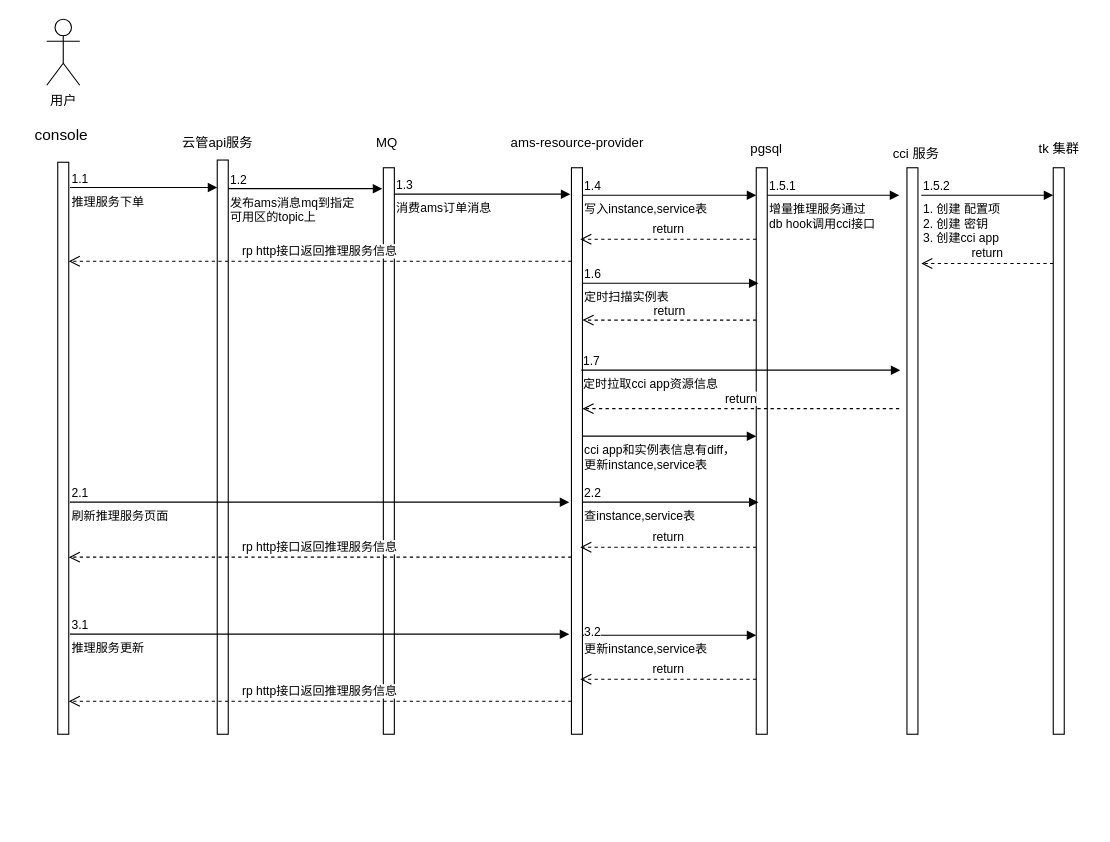
Above: 未命名绘图.drawio in wangshujuan/PostImage (draw.io), before the change. Source tidied: cells renumbered, new cells numbered last; positions are measured from the earlier drawing's top-left corner, leaving out a move shared by most shapes. Both pictures are drawn from the tidied source at 110%, with x=0, y=0 at pixel (19, 19).
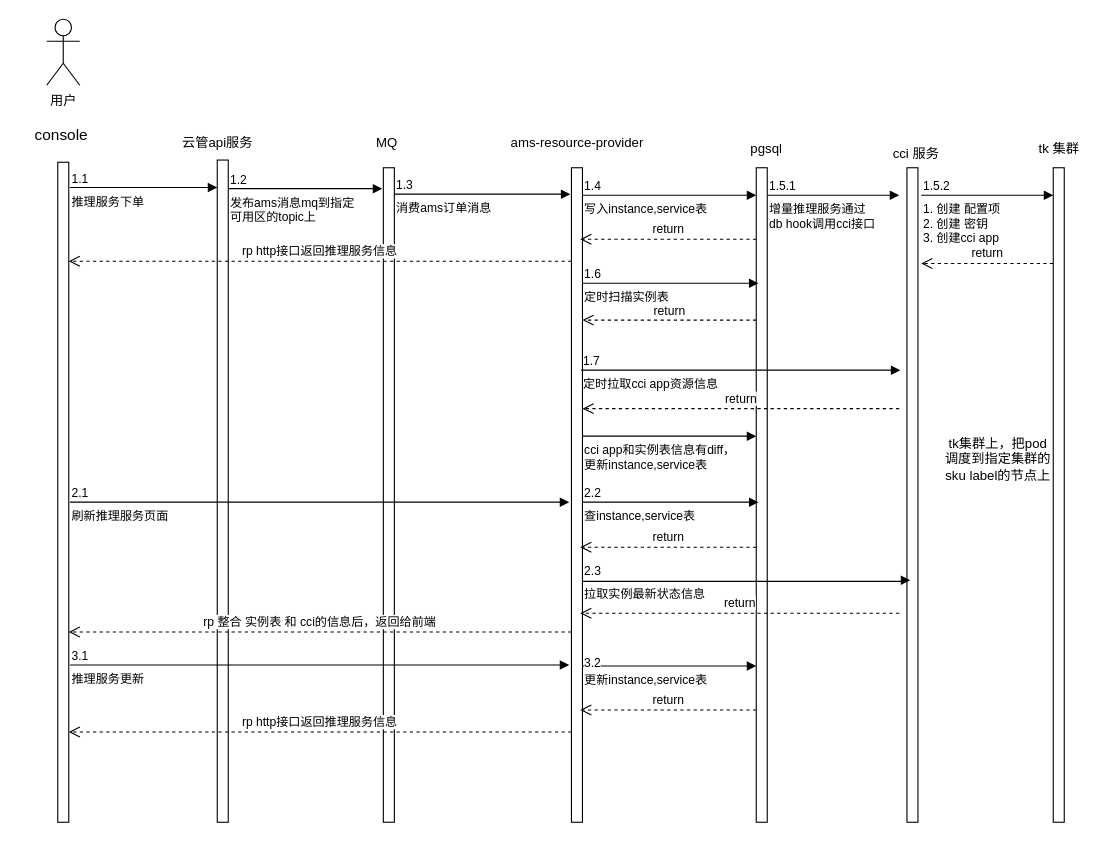
The same page after the edit.

Change to the diagram source:
```diff
@@
     <mxCell id="3" style="html=1;perimeter=orthogonalPerimeter;targetShapes=umlLifeline;newEdgeStyle={&quot;curved&quot;:0,&quot;rounded&quot;:0};" parent="1" vertex="1">
-      <mxGeometry x="35" y="130" width="10" height="520" as="geometry" />
+      <mxGeometry x="35" y="130" width="10" height="600" as="geometry" />
     </mxCell>
@@
     <mxCell id="5" style="html=1;perimeter=orthogonalPerimeter;targetShapes=umlLifeline;newEdgeStyle={&quot;curved&quot;:0,&quot;rounded&quot;:0};" parent="1" vertex="1">
-      <mxGeometry x="331" y="135" width="10" height="515" as="geometry" />
+      <mxGeometry x="331" y="135" width="10" height="595" as="geometry" />
     </mxCell>
@@
     <mxCell id="9" style="html=1;perimeter=orthogonalPerimeter;targetShapes=umlLifeline;newEdgeStyle={&quot;curved&quot;:0,&quot;rounded&quot;:0};" parent="1" vertex="1">
-      <mxGeometry x="502" y="135" width="10" height="515" as="geometry" />
+      <mxGeometry x="502" y="135" width="10" height="595" as="geometry" />
     </mxCell>
@@
     <mxCell id="13" style="html=1;points=[[0,0,0,0,5],[0,1,0,0,-5],[1,0,0,0,5],[1,1,0,0,-5]];perimeter=orthogonalPerimeter;outlineConnect=0;targetShapes=umlLifeline;portConstraint=eastwest;newEdgeStyle={&quot;curved&quot;:0,&quot;rounded&quot;:0};" parent="1" vertex="1">
-      <mxGeometry x="670" y="135" width="10" height="515" as="geometry" />
+      <mxGeometry x="670" y="135" width="10" height="595" as="geometry" />
     </mxCell>
@@
     <mxCell id="17" style="html=1;perimeter=orthogonalPerimeter;targetShapes=umlLifeline;newEdgeStyle={&quot;curved&quot;:0,&quot;rounded&quot;:0};" parent="1" vertex="1">
-      <mxGeometry x="180" y="128" width="10" height="522" as="geometry" />
+      <mxGeometry x="180" y="128" width="10" height="602" as="geometry" />
     </mxCell>
@@
     <mxCell id="22" style="html=1;perimeter=orthogonalPerimeter;targetShapes=umlLifeline;newEdgeStyle={&quot;curved&quot;:0,&quot;rounded&quot;:0};" parent="1" vertex="1">
-      <mxGeometry x="807" y="135" width="10" height="515" as="geometry" />
+      <mxGeometry x="807" y="135" width="10" height="595" as="geometry" />
     </mxCell>
@@
     <mxCell id="26" style="html=1;perimeter=orthogonalPerimeter;targetShapes=umlLifeline;newEdgeStyle={&quot;curved&quot;:0,&quot;rounded&quot;:0};" parent="1" vertex="1">
-      <mxGeometry x="940" y="135" width="10" height="515" as="geometry" />
+      <mxGeometry x="940" y="135" width="10" height="595" as="geometry" />
     </mxCell>
@@
-    <mxCell id="37" value="rp http接口返回推理服务信息" style="html=1;verticalAlign=bottom;endArrow=open;dashed=1;endSize=8;curved=0;rounded=0;" parent="1" edge="1">
+    <mxCell id="37" value="rp 整合 实例表 和 cci的信息后，返回给前端" style="html=1;verticalAlign=bottom;endArrow=open;dashed=1;endSize=8;curved=0;rounded=0;" parent="1" edge="1">
       <mxGeometry relative="1" as="geometry">
-        <mxPoint x="502" y="489" as="sourcePoint" />
-        <mxPoint x="45" y="489" as="targetPoint" />
+        <mxPoint x="502" y="557" as="sourcePoint" />
+        <mxPoint x="45" y="557" as="targetPoint" />
       </mxGeometry>
     </mxCell>
@@
     <mxCell id="40" value="推理服务更新" style="endArrow=block;endFill=1;html=1;edgeStyle=orthogonalEdgeStyle;align=left;verticalAlign=top;rounded=0;" parent="1" edge="1">
       <mxGeometry x="-1" relative="1" as="geometry">
-        <mxPoint x="46" y="559" as="sourcePoint" />
-        <mxPoint x="500" y="559" as="targetPoint" />
+        <mxPoint x="46" y="587" as="sourcePoint" />
+        <mxPoint x="500" y="587" as="targetPoint" />
       </mxGeometry>
     </mxCell>
@@
     <mxCell id="45" value="更新instance,service表" style="endArrow=block;endFill=1;html=1;edgeStyle=orthogonalEdgeStyle;align=left;verticalAlign=top;rounded=0;" parent="1" edge="1">
       <mxGeometry x="-1" relative="1" as="geometry">
-        <mxPoint x="512" y="560" as="sourcePoint" />
-        <mxPoint x="670" y="560" as="targetPoint" />
+        <mxPoint x="512" y="588" as="sourcePoint" />
+        <mxPoint x="670" y="588" as="targetPoint" />
       </mxGeometry>
     </mxCell>
@@
-    <mxCell id="48" value="return" style="html=1;verticalAlign=bottom;endArrow=open;dashed=1;endSize=8;curved=0;rounded=0;" parent="1" edge="1" source="13">
+    <mxCell id="48" value="return" style="html=1;verticalAlign=bottom;endArrow=open;dashed=1;endSize=8;curved=0;rounded=0;" parent="1" edge="1">
       <mxGeometry relative="1" as="geometry">
+        <mxPoint x="670" y="480" as="sourcePoint" />
         <mxPoint x="510" y="480" as="targetPoint" />
       </mxGeometry>
     </mxCell>
     <mxCell id="49" value="rp http接口返回推理服务信息" style="html=1;verticalAlign=bottom;endArrow=open;dashed=1;endSize=8;curved=0;rounded=0;" parent="1" edge="1">
       <mxGeometry relative="1" as="geometry">
-        <mxPoint x="502" y="620" as="sourcePoint" />
-        <mxPoint x="45" y="620" as="targetPoint" />
+        <mxPoint x="502" y="648" as="sourcePoint" />
+        <mxPoint x="45" y="648" as="targetPoint" />
       </mxGeometry>
     </mxCell>
-    <mxCell id="50" value="return" style="html=1;verticalAlign=bottom;endArrow=open;dashed=1;endSize=8;curved=0;rounded=0;exitX=0;exitY=0.903;exitDx=0;exitDy=0;exitPerimeter=0;" parent="1" edge="1" source="13">
+    <mxCell id="50" value="return" style="html=1;verticalAlign=bottom;endArrow=open;dashed=1;endSize=8;curved=0;rounded=0;exitX=0;exitY=0.903;exitDx=0;exitDy=0;exitPerimeter=0;" parent="1" edge="1">
       <mxGeometry relative="1" as="geometry">
-        <mxPoint x="510" y="600" as="targetPoint" />
+        <mxPoint x="670" y="628" as="sourcePoint" />
+        <mxPoint x="510" y="628" as="targetPoint" />
       </mxGeometry>
     </mxCell>
+    <mxCell id="51" value="拉取实例最新状态信息" style="endArrow=block;endFill=1;html=1;edgeStyle=orthogonalEdgeStyle;align=left;verticalAlign=top;rounded=0;" parent="1" edge="1">
+      <mxGeometry x="-1" relative="1" as="geometry">
+        <mxPoint x="512" y="510" as="sourcePoint" />
+        <mxPoint x="810" y="510" as="targetPoint" />
+        <Array as="points">
+          <mxPoint x="512" y="511" />
+          <mxPoint x="802" y="511" />
+          <mxPoint x="802" y="510" />
+        </Array>
+      </mxGeometry>
+    </mxCell>
+    <mxCell id="52" value="2.3" style="edgeLabel;html=1;align=left;verticalAlign=bottom;" parent="51" vertex="1">
+      <mxGeometry x="-1" relative="1" as="geometry" />
+    </mxCell>
+    <mxCell id="53" value="return" style="html=1;verticalAlign=bottom;endArrow=open;dashed=1;endSize=8;curved=0;rounded=0;" parent="1" edge="1">
+      <mxGeometry relative="1" as="geometry">
+        <mxPoint x="800" y="540" as="sourcePoint" />
+        <mxPoint x="510" y="540" as="targetPoint" />
+      </mxGeometry>
+    </mxCell>
+    <mxCell id="54" value="tk集群上，把pod调度到指定集群的 sku label的节点上" style="text;html=1;strokeColor=none;fillColor=none;align=center;verticalAlign=middle;whiteSpace=wrap;rounded=0;" parent="1" vertex="1">
+      <mxGeometry x="840" y="350" width="100" height="100" as="geometry" />
+    </mxCell>
```
